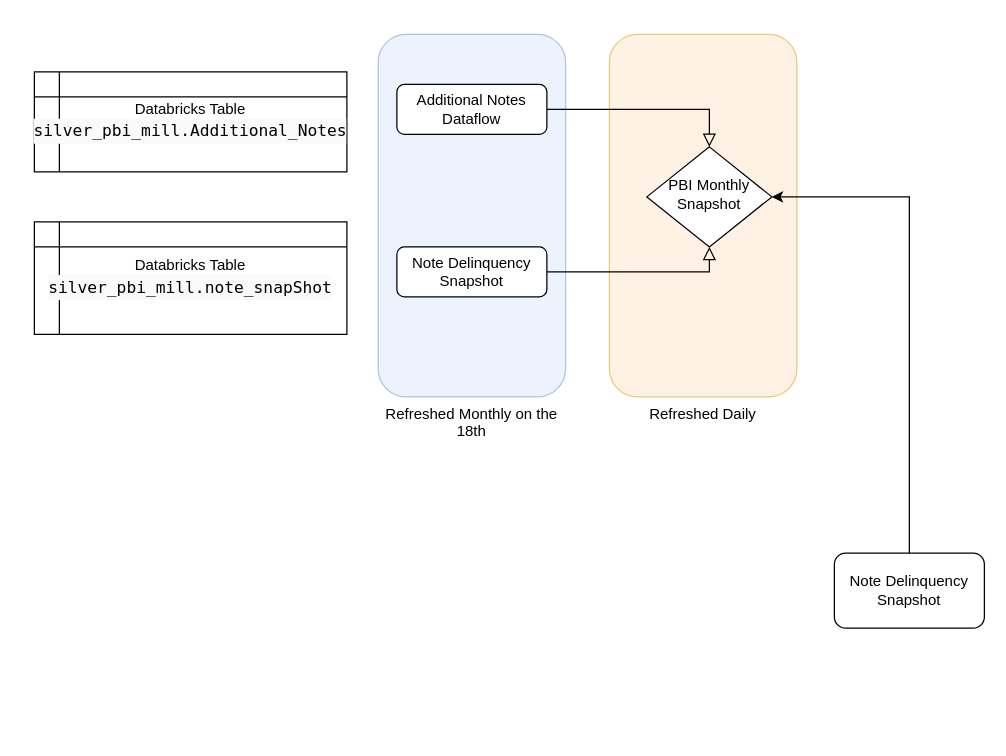
floresb/FlowCharts keeps this draw.io diagram as Untitled Diagram.drawio. Above is the earlier version. Source tidied: cells renumbered, new cells numbered last; positions are measured from the earlier drawing's top-left corner, leaving out a move shared by most shapes. Both pictures are drawn from the tidied source at 125%, with x=0, y=0 at pixel (34, 34).
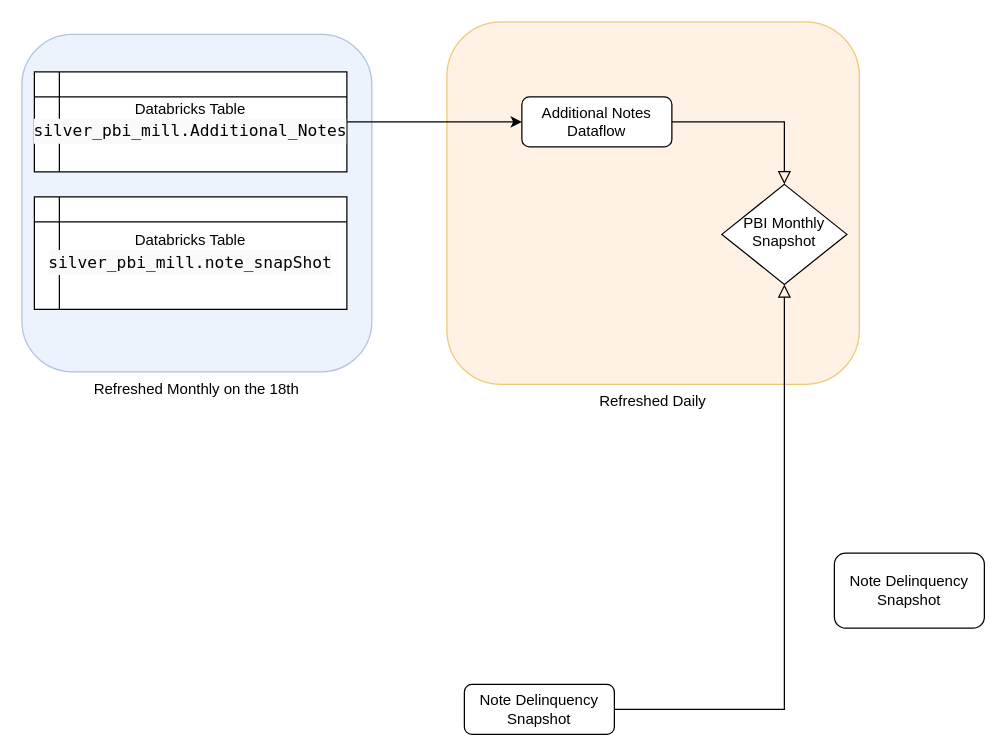
The same diagram, later.

The edit, as a diff of the source:
```diff
@@
 <mxGraphModel>
   <root>
     <mxCell id="0" />
     <mxCell id="1" parent="0" />
     <mxCell id="2" value="Refreshed Daily" style="rounded=1;whiteSpace=wrap;html=1;direction=south;fillColor=#ffe6cc;strokeColor=#d79b00;opacity=50;imageVerticalAlign=middle;labelPosition=center;verticalLabelPosition=bottom;align=center;verticalAlign=top;" parent="1" vertex="1">
-      <mxGeometry x="460" width="150" height="290" as="geometry" />
+      <mxGeometry x="330" y="-10" width="330" height="290" as="geometry" />
     </mxCell>
     <mxCell id="3" value="Refreshed Monthly on the 18th" style="rounded=1;whiteSpace=wrap;html=1;direction=south;fillColor=#dae8fc;strokeColor=#6c8ebf;opacity=50;labelPosition=center;verticalLabelPosition=bottom;align=center;verticalAlign=top;" parent="1" vertex="1">
-      <mxGeometry x="275" width="150" height="290" as="geometry" />
+      <mxGeometry x="-10" width="280" height="270" as="geometry" />
     </mxCell>
     <mxCell id="4" style="rounded=0;html=1;jettySize=auto;fontSize=11;endArrow=block;endFill=0;endSize=8;strokeWidth=1;shadow=0;labelBackgroundColor=none;edgeStyle=orthogonalEdgeStyle;" parent="1" edge="1" source="5" target="7">
       <mxGeometry relative="1" as="geometry" />
     </mxCell>
     <mxCell id="5" value="Additional Notes Dataflow" style="rounded=1;whiteSpace=wrap;html=1;fontSize=12;glass=0;strokeWidth=1;shadow=0;" parent="1" vertex="1">
-      <mxGeometry x="290" y="40" width="120" height="40" as="geometry" />
+      <mxGeometry x="390" y="50" width="120" height="40" as="geometry" />
     </mxCell>
     <mxCell id="6" style="edgeStyle=orthogonalEdgeStyle;rounded=0;html=1;jettySize=auto;fontSize=11;endArrow=block;endFill=0;endSize=8;strokeWidth=1;shadow=0;labelBackgroundColor=none;entryX=0.5;entryY=1;entryDx=0;entryDy=0;exitX=1;exitY=0.5;exitDx=0;exitDy=0;" parent="1" edge="1" source="8" target="7">
       <mxGeometry y="10" relative="1" as="geometry" />
     </mxCell>
     <mxCell id="7" value="&lt;div&gt;PBI Monthly Snapshot&lt;/div&gt;" style="rhombus;whiteSpace=wrap;html=1;shadow=0;fontFamily=Helvetica;fontSize=12;align=center;strokeWidth=1;spacing=6;spacingTop=-4;" parent="1" vertex="1">
-      <mxGeometry x="490" y="90" width="100" height="80" as="geometry" />
+      <mxGeometry x="550" y="120" width="100" height="80" as="geometry" />
     </mxCell>
     <mxCell id="8" value="Note Delinquency Snapshot" style="rounded=1;whiteSpace=wrap;html=1;fontSize=12;glass=0;strokeWidth=1;shadow=0;" parent="1" vertex="1">
-      <mxGeometry x="290" y="170" width="120" height="40" as="geometry" />
+      <mxGeometry x="344" y="520" width="120" height="40" as="geometry" />
     </mxCell>
     <mxCell id="9" value="Note Delinquency Snapshot" style="rounded=1;whiteSpace=wrap;html=1;fontSize=12;glass=0;strokeWidth=1;shadow=0;" parent="1" vertex="1">
       <mxGeometry x="640" y="415" width="120" height="60" as="geometry" />
     </mxCell>
-    <mxCell id="10" style="endArrow=classic;html=1;rounded=0;exitX=0.5;exitY=0;exitDx=0;exitDy=0;entryX=1;entryY=0.5;entryDx=0;entryDy=0;" parent="1" edge="1" source="9" target="7">
-      <mxGeometry relative="1" as="geometry">
-        <Array as="points">
-          <mxPoint x="700" y="130" />
-        </Array>
-      </mxGeometry>
-    </mxCell>
+    <mxCell id="13" style="edgeStyle=orthogonalEdgeStyle;rounded=0;jettySize=auto;html=1;exitX=1;exitY=0.5;exitDx=0;exitDy=0;" parent="1" edge="1" source="11" target="5">
+      <mxGeometry relative="1" as="geometry" />
+    </mxCell>
     <mxCell id="11" value="Databricks Table &lt;br&gt;&lt;div style=&quot;color: rgb(0, 0, 0); background-color: rgb(250, 250, 250); font-family: &amp;quot;Source Code Pro&amp;quot;, &amp;quot;Menlo&amp;quot;, &amp;quot;Consolas&amp;quot;, monospace, Consolas, &amp;quot;Courier New&amp;quot;, monospace; font-weight: normal; font-size: 13px; line-height: 20px;&quot;&gt;&lt;div&gt;silver_pbi_mill.Additional_Notes&lt;/div&gt;&lt;/div&gt;" style="shape=internalStorage;whiteSpace=wrap;html=1;backgroundOutline=1;labelPosition=center;verticalLabelPosition=middle;align=center;verticalAlign=middle;" parent="1" vertex="1">
       <mxGeometry y="30" width="250" height="80" as="geometry" />
     </mxCell>
     <mxCell id="12" value="Databricks Table &lt;br&gt;&lt;div style=&quot;color: rgb(0, 0, 0); background-color: rgb(250, 250, 250); font-family: &amp;quot;Source Code Pro&amp;quot;, &amp;quot;Menlo&amp;quot;, &amp;quot;Consolas&amp;quot;, monospace, Consolas, &amp;quot;Courier New&amp;quot;, monospace; font-weight: normal; line-height: 20px; font-size: 13px;&quot;&gt;&lt;div&gt;silver_pbi_mill.note_snapShot&lt;/div&gt;&lt;/div&gt;" style="shape=internalStorage;whiteSpace=wrap;html=1;backgroundOutline=1;labelPosition=center;verticalLabelPosition=middle;align=center;verticalAlign=middle;" parent="1" vertex="1">
-      <mxGeometry y="150" width="250" height="90" as="geometry" />
+      <mxGeometry y="130" width="250" height="90" as="geometry" />
     </mxCell>
   </root>
 </mxGraphModel>
```
